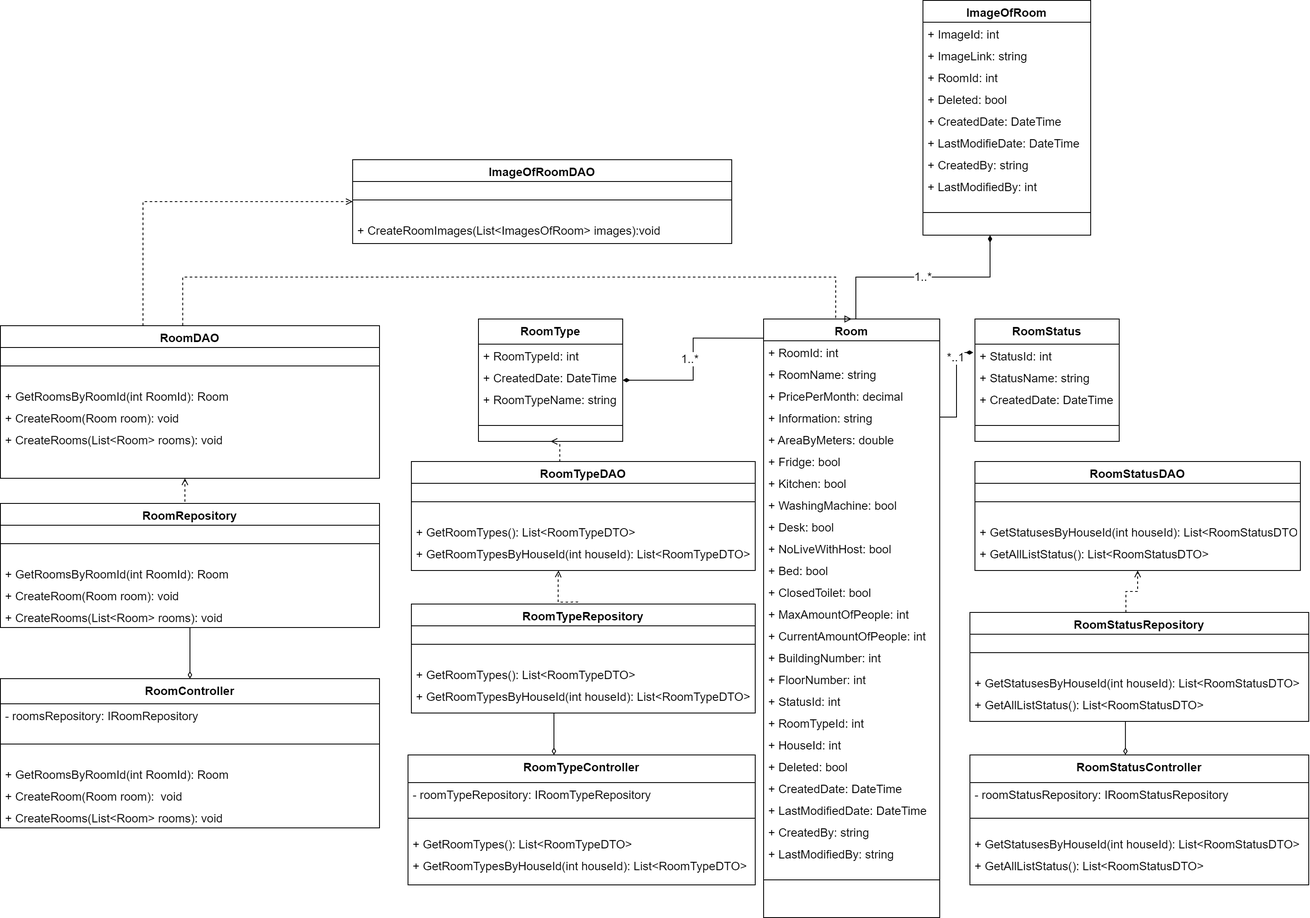
This is Documentation/Diagram/Class Diagrams/(Landlord) Create Room - Class Diagram.drawio.png from nguyenthegiang/fu-house-finder, a draw.io export, as it was before one commit. Source tidied: cells renumbered, new cells last; positions are measured from the earlier drawing's top-left corner, leaving out a move shared by most shapes.
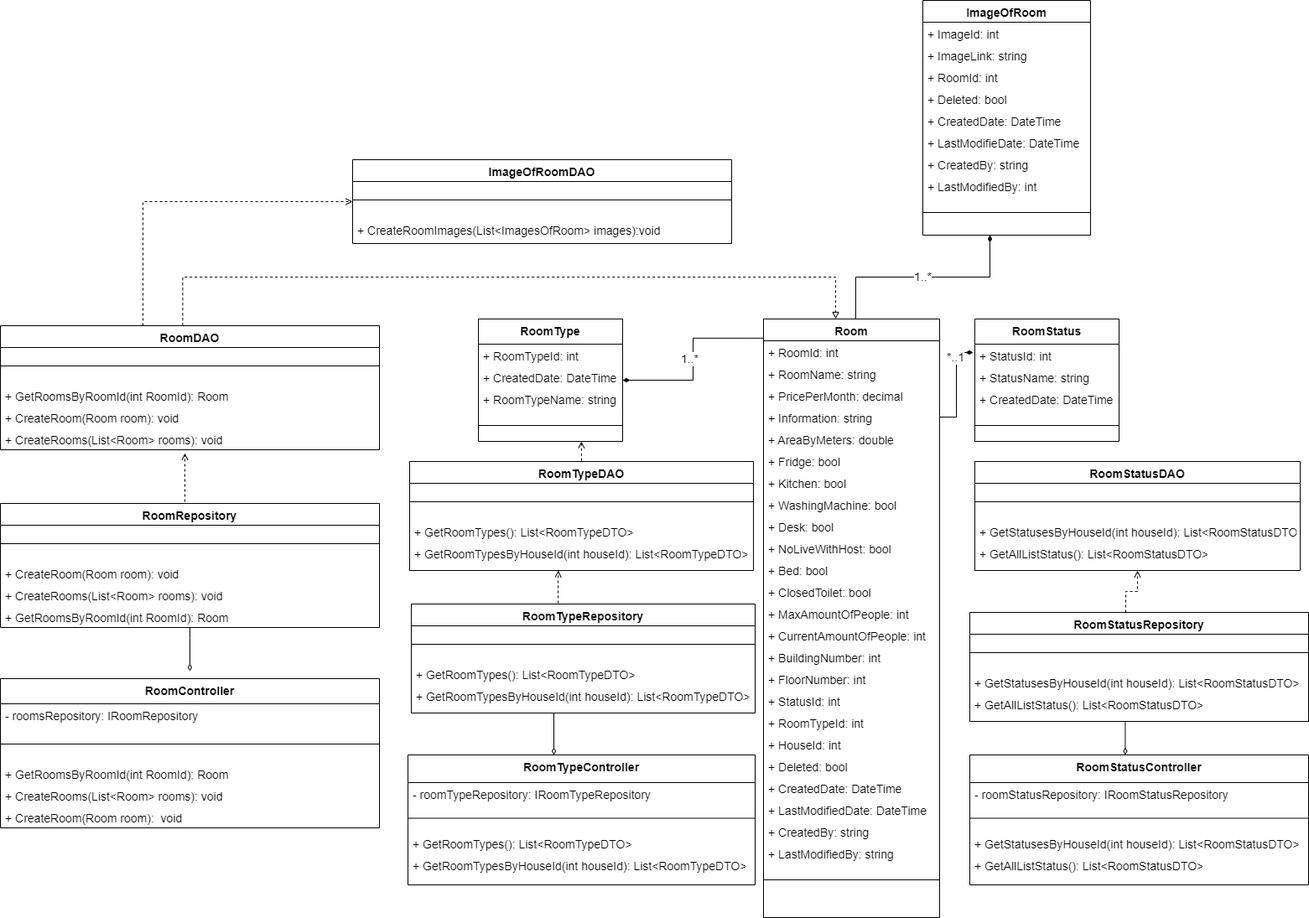
Above is the later version.

The edit, as a diff of the source:
```diff
@@ -3,7 +3,7 @@
     <mxCell id="0" />
     <mxCell id="1" parent="0" />
     <mxCell id="2" value="RoomDAO" style="swimlane;fontStyle=1;align=center;verticalAlign=top;horizontal=1;startSize=26;rounded=0;shadow=0;strokeWidth=1;fontSize=14;" parent="1" vertex="1">
-      <mxGeometry y="388" width="452" height="182" as="geometry" />
+      <mxGeometry y="388" width="452" height="148" as="geometry" />
     </mxCell>
     <mxCell id="3" style="line;html=1;strokeWidth=1;align=left;verticalAlign=middle;spacingTop=-1;spacingLeft=3;spacingRight=3;labelPosition=right;fontSize=14;" parent="2" vertex="1">
       <mxGeometry y="26" width="452" height="44" as="geometry" />
@@ -11,16 +11,16 @@
     <mxCell id="4" value="+ GetRoomsByRoomId(int RoomId): Room" style="text;align=left;verticalAlign=top;spacingLeft=4;spacingRight=4;overflow=hidden;rounded=0;shadow=0;html=0;fontSize=14;" parent="2" vertex="1">
       <mxGeometry y="70" width="452" height="26" as="geometry" />
     </mxCell>
+    <mxCell id="105" value="+ CreateRoom(Room room): void" style="text;align=left;verticalAlign=top;spacingLeft=4;spacingRight=4;overflow=hidden;rounded=0;shadow=0;html=0;fontSize=14;" parent="2" vertex="1">
+      <mxGeometry y="96" width="452" height="26" as="geometry" />
+    </mxCell>
-    <mxCell id="5" value="+ CreateRoom(Room room): void" style="text;align=left;verticalAlign=top;spacingLeft=4;spacingRight=4;overflow=hidden;rounded=0;shadow=0;html=0;fontSize=14;" parent="2" vertex="1">
-      <mxGeometry y="96" width="452" height="26" as="geometry" />
+    <mxCell id="5" value="+ CreateRooms(List&lt;Room&gt; rooms): void" style="text;align=left;verticalAlign=top;spacingLeft=4;spacingRight=4;overflow=hidden;rounded=0;shadow=0;html=0;fontSize=14;" parent="2" vertex="1">
+      <mxGeometry y="122" width="452" height="26" as="geometry" />
     </mxCell>
-    <mxCell id="6" value="+ CreateRooms(List&lt;Room&gt; rooms): void" style="text;align=left;verticalAlign=top;spacingLeft=4;spacingRight=4;overflow=hidden;rounded=0;shadow=0;html=0;fontSize=14;" parent="2" vertex="1">
-      <mxGeometry y="122" width="452" height="26" as="geometry" />
-    </mxCell>
     <mxCell id="7" style="edgeStyle=orthogonalEdgeStyle;rounded=0;orthogonalLoop=1;jettySize=auto;html=1;dashed=1;endArrow=open;endFill=0;fontSize=14;" parent="1" edge="1">
       <mxGeometry relative="1" as="geometry">
         <mxPoint x="220" y="598" as="sourcePoint" />
-        <mxPoint x="220" y="570" as="targetPoint" />
+        <mxPoint x="220" y="540" as="targetPoint" />
         <Array as="points">
           <mxPoint x="220" y="598" />
           <mxPoint x="220" y="598" />
@@ -33,17 +33,23 @@
     <mxCell id="9" style="line;html=1;strokeWidth=1;align=left;verticalAlign=middle;spacingTop=-1;spacingLeft=3;spacingRight=3;labelPosition=right;fontSize=14;" parent="8" vertex="1">
       <mxGeometry y="26" width="452" height="44" as="geometry" />
     </mxCell>
+    <mxCell id="11" value="+ CreateRoom(Room room): void" style="text;align=left;verticalAlign=top;spacingLeft=4;spacingRight=4;overflow=hidden;rounded=0;shadow=0;html=0;fontSize=14;" parent="8" vertex="1">
+      <mxGeometry y="70" width="452" height="26" as="geometry" />
+    </mxCell>
+    <mxCell id="106" value="+ CreateRooms(List&lt;Room&gt; rooms): void" style="text;align=left;verticalAlign=top;spacingLeft=4;spacingRight=4;overflow=hidden;rounded=0;shadow=0;html=0;fontSize=14;" parent="8" vertex="1">
+      <mxGeometry y="96" width="452" height="26" as="geometry" />
+    </mxCell>
     <mxCell id="10" value="+ GetRoomsByRoomId(int RoomId): Room" style="text;align=left;verticalAlign=top;spacingLeft=4;spacingRight=4;overflow=hidden;rounded=0;shadow=0;html=0;fontSize=14;" parent="8" vertex="1">
-      <mxGeometry y="70" width="452" height="26" as="geometry" />
+      <mxGeometry y="122" width="452" height="26" as="geometry" />
     </mxCell>
-    <mxCell id="11" value="+ CreateRoom(Room room): void" style="text;align=left;verticalAlign=top;spacingLeft=4;spacingRight=4;overflow=hidden;rounded=0;shadow=0;html=0;fontSize=14;" parent="8" vertex="1">
-      <mxGeometry y="96" width="452" height="26" as="geometry" />
-    </mxCell>
-    <mxCell id="12" value="+ CreateRooms(List&lt;Room&gt; rooms): void" style="text;align=left;verticalAlign=top;spacingLeft=4;spacingRight=4;overflow=hidden;rounded=0;shadow=0;html=0;fontSize=14;" parent="8" vertex="1">
-      <mxGeometry y="122" width="452" height="26" as="geometry" />
-    </mxCell>
-    <mxCell id="13" style="edgeStyle=orthogonalEdgeStyle;rounded=0;jettySize=auto;html=1;endArrow=diamondThin;endFill=0;exitX=0.5;exitY=1;exitDx=0;exitDy=0;fontSize=14;entryX=0.5;entryY=0;entryDx=0;entryDy=0;" parent="1" edge="1" source="8" target="14">
-      <mxGeometry relative="1" as="geometry" />
+    <mxCell id="13" style="edgeStyle=orthogonalEdgeStyle;rounded=0;jettySize=auto;html=1;endArrow=diamondThin;endFill=0;exitX=0.5;exitY=1;exitDx=0;exitDy=0;fontSize=14;" parent="1" edge="1" source="8">
+      <mxGeometry relative="1" as="geometry">
+        <mxPoint x="226" y="800" as="targetPoint" />
+        <Array as="points">
+          <mxPoint x="226" y="760" />
+          <mxPoint x="226" y="760" />
+        </Array>
+      </mxGeometry>
     </mxCell>
     <mxCell id="14" value="RoomController" style="swimlane;fontStyle=1;align=center;verticalAlign=top;horizontal=1;startSize=30;rounded=0;shadow=0;strokeWidth=1;fontSize=14;" parent="1" vertex="1">
       <mxGeometry y="809" width="452" height="178" as="geometry" />
@@ -57,12 +63,12 @@
     <mxCell id="17" value="+ GetRoomsByRoomId(int RoomId): Room" style="text;align=left;verticalAlign=top;spacingLeft=4;spacingRight=4;overflow=hidden;rounded=0;shadow=0;html=0;fontSize=14;" parent="14" vertex="1">
       <mxGeometry y="100" width="452" height="26" as="geometry" />
     </mxCell>
+    <mxCell id="107" value="+ CreateRooms(List&lt;Room&gt; rooms): void" style="text;align=left;verticalAlign=top;spacingLeft=4;spacingRight=4;overflow=hidden;rounded=0;shadow=0;html=0;fontSize=14;" parent="14" vertex="1">
+      <mxGeometry y="126" width="452" height="26" as="geometry" />
+    </mxCell>
     <mxCell id="18" value="+ CreateRoom(Room room):  void" style="text;align=left;verticalAlign=top;spacingLeft=4;spacingRight=4;overflow=hidden;rounded=0;shadow=0;html=0;fontSize=14;" parent="14" vertex="1">
-      <mxGeometry y="126" width="452" height="26" as="geometry" />
+      <mxGeometry y="152" width="452" height="26" as="geometry" />
     </mxCell>
-    <mxCell id="19" value="+ CreateRooms(List&lt;Room&gt; rooms): void" style="text;align=left;verticalAlign=top;spacingLeft=4;spacingRight=4;overflow=hidden;rounded=0;shadow=0;html=0;fontSize=14;" parent="14" vertex="1">
-      <mxGeometry y="152" width="452" height="26" as="geometry" />
-    </mxCell>
     <mxCell id="20" value="1..*" style="edgeStyle=orthogonalEdgeStyle;rounded=0;jettySize=auto;html=1;startArrow=diamondThin;startFill=1;endArrow=none;endFill=0;entryX=0;entryY=0.032;entryDx=0;entryDy=0;entryPerimeter=0;fontSize=14;" parent="1" edge="1" source="21" target="26">
       <mxGeometry y="3" relative="1" as="geometry">
         <mxPoint x="-1" as="offset" />
@@ -161,13 +167,13 @@
     <mxCell id="51" style="line;html=1;strokeWidth=1;align=left;verticalAlign=middle;spacingTop=-1;spacingLeft=3;spacingRight=3;labelPosition=right;fontSize=14;" parent="26" vertex="1">
       <mxGeometry y="650" width="210" height="38" as="geometry" />
     </mxCell>
-    <mxCell id="52" style="edgeStyle=orthogonalEdgeStyle;rounded=0;jettySize=auto;html=1;startArrow=open;startFill=0;endArrow=none;endFill=0;dashed=1;exitX=0.5;exitY=1;exitDx=0;exitDy=0;fontSize=14;" parent="1" edge="1" source="21">
-      <mxGeometry relative="1" as="geometry">
-        <mxPoint x="667" y="550" as="targetPoint" />
+    <mxCell id="52" style="edgeStyle=orthogonalEdgeStyle;rounded=0;jettySize=auto;html=1;startArrow=open;startFill=0;endArrow=none;endFill=0;dashed=1;fontSize=14;entryX=0.5;entryY=0;entryDx=0;entryDy=0;" parent="1" edge="1" target="53">
+      <mxGeometry x="0.4" y="34" relative="1" as="geometry">
+        <mxPoint x="692.9" y="526" as="sourcePoint" />
       </mxGeometry>
     </mxCell>
     <mxCell id="53" value="RoomTypeDAO" style="swimlane;fontStyle=1;align=center;verticalAlign=top;horizontal=1;startSize=26;rounded=0;shadow=0;strokeWidth=1;fontSize=14;" parent="1" vertex="1">
-      <mxGeometry x="490" y="550" width="410" height="130" as="geometry" />
+      <mxGeometry x="488" y="550" width="410" height="130" as="geometry" />
     </mxCell>
     <mxCell id="54" style="line;html=1;strokeWidth=1;align=left;verticalAlign=middle;spacingTop=-1;spacingLeft=3;spacingRight=3;labelPosition=right;fontSize=14;" parent="53" vertex="1">
       <mxGeometry y="26" width="410" height="44" as="geometry" />
@@ -178,8 +184,9 @@
     <mxCell id="56" value="+ GetRoomTypesByHouseId(int houseId): List&lt;RoomTypeDTO&gt;" style="text;align=left;verticalAlign=top;spacingLeft=4;spacingRight=4;overflow=hidden;rounded=0;shadow=0;html=0;fontSize=14;" parent="53" vertex="1">
       <mxGeometry y="96" width="410" height="26" as="geometry" />
     </mxCell>
-    <mxCell id="57" style="edgeStyle=orthogonalEdgeStyle;rounded=0;jettySize=auto;html=1;dashed=1;startArrow=none;startFill=0;endArrow=open;endFill=0;exitX=0.485;exitY=-0.018;exitDx=0;exitDy=0;exitPerimeter=0;fontSize=14;" parent="1" edge="1" source="58">
+    <mxCell id="57" style="edgeStyle=orthogonalEdgeStyle;rounded=0;orthogonalLoop=1;jettySize=auto;html=1;dashed=1;startArrow=none;startFill=0;endArrow=open;endFill=0;fontSize=14;" parent="1" edge="1">
       <mxGeometry relative="1" as="geometry">
+        <mxPoint x="670" y="720" as="sourcePoint" />
         <mxPoint x="665.4" y="680" as="targetPoint" />
         <Array as="points">
           <mxPoint x="665" y="690" />
@@ -299,8 +306,9 @@
         <mxPoint x="1341.4" y="900" as="targetPoint" />
       </mxGeometry>
     </mxCell>
-    <mxCell id="89" style="edgeStyle=orthogonalEdgeStyle;rounded=0;jettySize=auto;html=1;dashed=1;endArrow=block;endFill=0;entryX=0.5;entryY=0;entryDx=0;entryDy=0;exitX=0.481;exitY=-0.002;exitDx=0;exitDy=0;exitPerimeter=0;fontSize=14;" parent="1" edge="1" source="2" target="26">
+    <mxCell id="89" style="edgeStyle=orthogonalEdgeStyle;rounded=0;jettySize=auto;html=1;dashed=1;endArrow=block;endFill=0;exitX=0.481;exitY=-0.002;exitDx=0;exitDy=0;exitPerimeter=0;fontSize=14;" parent="1" edge="1" source="2">
       <mxGeometry relative="1" as="geometry">
+        <mxPoint x="996" y="380" as="targetPoint" />
         <Array as="points">
           <mxPoint x="217" y="330" />
           <mxPoint x="996" y="330" />
```
